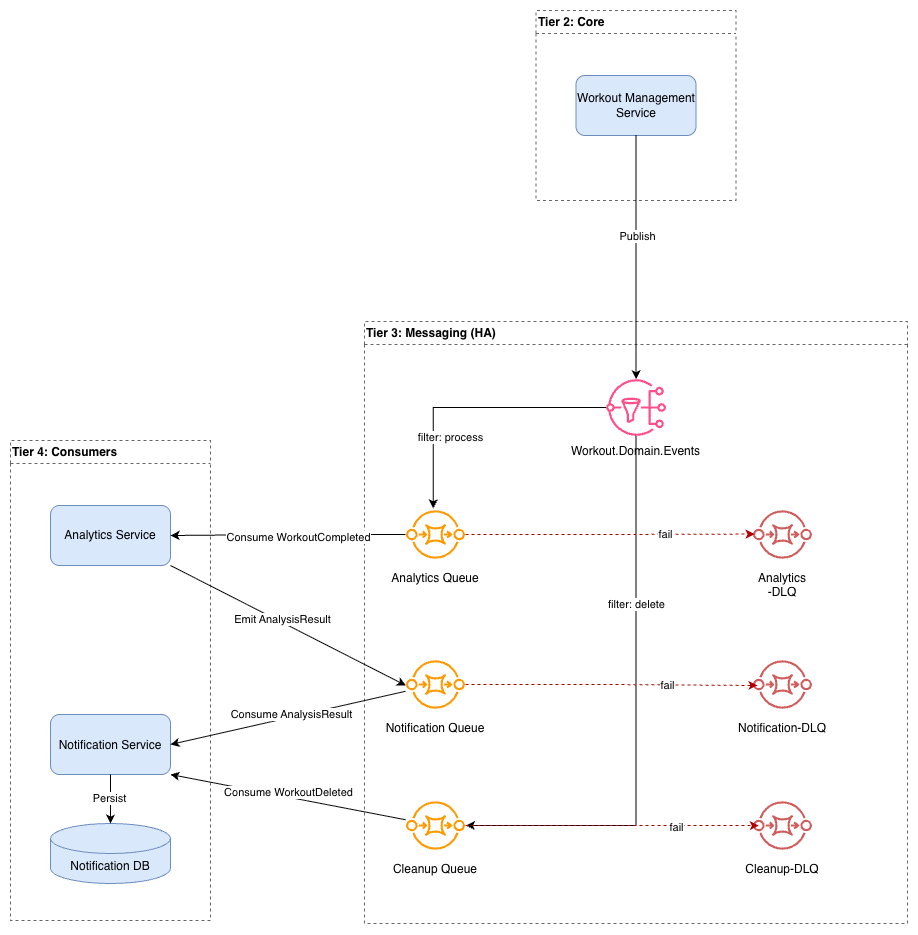
apratt3377/fitness-tracker-architecture-diagram keeps this draw.io diagram as docs/images/out/event-architecture.png. Above is the earlier version. Source tidied: cells renumbered, new cells last; positions are measured from the earlier drawing's top-left corner, leaving out a move shared by most shapes. Its diagram source:
```xml
<mxGraphModel>
  <root>
    <mxCell id="0" />
    <mxCell id="1" parent="0" />
    <mxCell id="2" value="Tier 3: Messaging (HA)" style="swimlane;whiteSpace=wrap;html=1;dashed=1;strokeColor=#666666;fillColor=none;align=left;" parent="1" vertex="1">
      <mxGeometry x="354" y="311" width="543" height="602" as="geometry" />
    </mxCell>
    <mxCell id="3" value="Workout.Domain.Events" style="shape=mxgraph.aws4.sns;fillColor=#FF4F8B;strokeColor=none;verticalLabelPosition=bottom;align=center;verticalAlign=top;" parent="2" vertex="1">
      <mxGeometry x="241.5" y="56" width="60" height="60" as="geometry" />
    </mxCell>
    <mxCell id="4" value="Analytics Queue" style="shape=mxgraph.aws4.sqs;fillColor=#FF9900;strokeColor=none;verticalLabelPosition=bottom;align=center;verticalAlign=top;" parent="2" vertex="1">
      <mxGeometry x="41" y="183" width="60" height="60" as="geometry" />
    </mxCell>
    <mxCell id="5" value="Cleanup Queue" style="shape=mxgraph.aws4.sqs;fillColor=#FF9900;strokeColor=none;verticalLabelPosition=bottom;align=center;verticalAlign=top;" parent="2" vertex="1">
      <mxGeometry x="41" y="474" width="60" height="60" as="geometry" />
    </mxCell>
    <mxCell id="6" value="Notification Queue" style="shape=mxgraph.aws4.sqs;fillColor=#FF9900;strokeColor=none;verticalLabelPosition=bottom;align=center;verticalAlign=top;" parent="2" vertex="1">
      <mxGeometry x="41" y="333" width="60" height="60" as="geometry" />
    </mxCell>
    <mxCell id="7" style="edgeStyle=orthogonalEdgeStyle;rounded=0;jettySize=auto;html=1;entryX=0.464;entryY=-0.041;entryDx=0;entryDy=0;entryPerimeter=0;" parent="2" edge="1" source="3" target="4">
      <mxGeometry relative="1" as="geometry" />
    </mxCell>
    <mxCell id="8" value="filter: process" style="edgeLabel;html=1;align=center;verticalAlign=middle;" parent="7" vertex="1">
      <mxGeometry x="0.15" relative="1" as="geometry">
        <mxPoint y="29" as="offset" />
      </mxGeometry>
    </mxCell>
    <mxCell id="9" style="edgeStyle=orthogonalEdgeStyle;rounded=0;jettySize=auto;html=1;entryX=1.007;entryY=0.5;entryDx=0;entryDy=0;entryPerimeter=0;" parent="2" edge="1" source="3" target="5">
      <mxGeometry relative="1" as="geometry">
        <Array as="points">
          <mxPoint x="272" y="504" />
        </Array>
      </mxGeometry>
    </mxCell>
    <mxCell id="10" value="filter: delete" style="edgeLabel;html=1;align=center;verticalAlign=middle;" parent="9" vertex="1">
      <mxGeometry x="-0.56" relative="1" as="geometry">
        <mxPoint y="44" as="offset" />
      </mxGeometry>
    </mxCell>
    <mxCell id="11" value="Analytics&#10;-DLQ" style="shape=mxgraph.aws4.sqs;fillColor=#D05C5C;strokeColor=none;verticalLabelPosition=bottom;align=center;verticalAlign=top;" parent="2" vertex="1">
      <mxGeometry x="388" y="183" width="60" height="60" as="geometry" />
    </mxCell>
    <mxCell id="12" value="Notification-DLQ" style="shape=mxgraph.aws4.sqs;fillColor=#D05C5C;strokeColor=none;verticalLabelPosition=bottom;align=center;verticalAlign=top;" parent="2" vertex="1">
      <mxGeometry x="388" y="333" width="60" height="60" as="geometry" />
    </mxCell>
    <mxCell id="13" value="Cleanup-DLQ" style="shape=mxgraph.aws4.sqs;fillColor=#D05C5C;strokeColor=none;verticalLabelPosition=bottom;align=center;verticalAlign=top;" parent="2" vertex="1">
      <mxGeometry x="388" y="474" width="60" height="60" as="geometry" />
    </mxCell>
    <mxCell id="14" style="edgeStyle=orthogonalEdgeStyle;rounded=0;jettySize=auto;html=1;entryX=0.081;entryY=0.521;entryDx=0;entryDy=0;entryPerimeter=0;fillColor=#e51400;strokeColor=#B20000;dashed=1;" parent="2" edge="1" source="6" target="12">
      <mxGeometry relative="1" as="geometry" />
    </mxCell>
    <mxCell id="15" value="fail" style="edgeLabel;html=1;align=center;verticalAlign=middle;" parent="14" vertex="1">
      <mxGeometry x="0.24" y="1" relative="1" as="geometry">
        <mxPoint x="20" as="offset" />
      </mxGeometry>
    </mxCell>
    <mxCell id="16" style="edgeStyle=orthogonalEdgeStyle;rounded=0;jettySize=auto;html=1;entryX=0.033;entryY=0.491;entryDx=0;entryDy=0;entryPerimeter=0;fillColor=#e51400;strokeColor=#B20000;dashed=1;" parent="2" edge="1" source="4" target="11">
      <mxGeometry relative="1" as="geometry" />
    </mxCell>
    <mxCell id="17" value="fail" style="edgeLabel;html=1;align=center;verticalAlign=middle;" parent="16" vertex="1">
      <mxGeometry x="0.38" relative="1" as="geometry" />
    </mxCell>
    <mxCell id="18" style="edgeStyle=orthogonalEdgeStyle;rounded=0;jettySize=auto;html=1;entryX=0.105;entryY=0.5;entryDx=0;entryDy=0;entryPerimeter=0;dashed=1;fillColor=#e51400;strokeColor=#B20000;" parent="2" edge="1" source="5" target="13">
      <mxGeometry relative="1" as="geometry" />
    </mxCell>
    <mxCell id="19" value="fail" style="edgeLabel;html=1;align=center;verticalAlign=middle;" parent="18" vertex="1">
      <mxGeometry x="0.43" y="-1" relative="1" as="geometry" />
    </mxCell>
    <mxCell id="20" value="Tier 2: Core" style="swimlane;whiteSpace=wrap;html=1;dashed=1;strokeColor=#666666;fillColor=none;align=left;" parent="1" vertex="1">
      <mxGeometry x="525.5" width="200" height="190" as="geometry" />
    </mxCell>
    <mxCell id="21" value="Workout Management Service" style="rounded=1;fillColor=#dae8fc;strokeColor=#6c8ebf;whiteSpace=wrap;" parent="20" vertex="1">
      <mxGeometry x="40" y="65" width="120" height="60" as="geometry" />
    </mxCell>
    <mxCell id="22" value="Tier 4: Consumers" style="swimlane;whiteSpace=wrap;html=1;dashed=1;strokeColor=#666666;fillColor=none;align=left;" parent="1" vertex="1">
      <mxGeometry y="430" width="200" height="480" as="geometry" />
    </mxCell>
    <mxCell id="23" value="Analytics Service" style="rounded=1;fillColor=#dae8fc;strokeColor=#6c8ebf;whiteSpace=wrap;" parent="22" vertex="1">
      <mxGeometry x="40" y="65" width="120" height="60" as="geometry" />
    </mxCell>
    <mxCell id="24" value="Notification Service" style="rounded=1;fillColor=#DAE8FC;strokeColor=#6C8EBF;" parent="22" vertex="1">
      <mxGeometry x="40" y="274" width="120" height="60" as="geometry" />
    </mxCell>
    <mxCell id="25" value="Notification DB" style="shape=cylinder3;whiteSpace=wrap;html=1;boundedLbl=1;backgroundOutline=1;size=15;fillColor=#DAE8FC;strokeColor=#6C8EBF;" parent="22" vertex="1">
      <mxGeometry x="40" y="383" width="120" height="60" as="geometry" />
    </mxCell>
    <mxCell id="26" style="edgeStyle=orthogonalEdgeStyle;rounded=0;jettySize=auto;html=1;exitX=0.5;exitY=1;exitDx=0;exitDy=0;entryX=0.5;entryY=0;entryDx=0;entryDy=0;entryPerimeter=0;" parent="22" edge="1" source="24" target="25">
      <mxGeometry relative="1" as="geometry" />
    </mxCell>
    <mxCell id="27" value="Persist" style="edgeLabel;html=1;align=center;verticalAlign=middle;" parent="26" vertex="1">
      <mxGeometry x="-0.03" y="-2" relative="1" as="geometry" />
    </mxCell>
    <mxCell id="28" style="edgeStyle=orthogonalEdgeStyle;rounded=0;jettySize=auto;html=1;exitX=0.5;exitY=1;exitDx=0;exitDy=0;" parent="1" edge="1" source="21" target="3">
      <mxGeometry relative="1" as="geometry" />
    </mxCell>
    <mxCell id="29" value="Publish" style="edgeLabel;html=1;align=center;verticalAlign=middle;" parent="28" vertex="1">
      <mxGeometry x="-0.18" y="1" relative="1" as="geometry" />
    </mxCell>
    <mxCell id="30" style="edgeStyle=orthogonalEdgeStyle;rounded=0;jettySize=auto;html=1;entryX=1;entryY=0.5;entryDx=0;entryDy=0;" parent="1" edge="1" source="4" target="23">
      <mxGeometry relative="1" as="geometry" />
    </mxCell>
    <mxCell id="31" value="Consume WorkoutCompleted" style="edgeLabel;html=1;align=center;verticalAlign=middle;" parent="30" vertex="1">
      <mxGeometry x="-0.09" y="2" relative="1" as="geometry" />
    </mxCell>
    <mxCell id="32" style="rounded=0;jettySize=auto;html=1;exitX=1;exitY=1;exitDx=0;exitDy=0;entryX=0.007;entryY=0.521;entryDx=0;entryDy=0;entryPerimeter=0;" parent="1" edge="1" source="23" target="6">
      <mxGeometry relative="1" as="geometry" />
    </mxCell>
    <mxCell id="33" value="Emit AnalysisResult" style="edgeLabel;html=1;align=center;verticalAlign=middle;" parent="32" vertex="1">
      <mxGeometry x="-0.07" y="3" relative="1" as="geometry" />
    </mxCell>
    <mxCell id="34" style="rounded=0;jettySize=auto;html=1;entryX=1;entryY=0.5;entryDx=0;entryDy=0;" parent="1" edge="1" source="6" target="24">
      <mxGeometry relative="1" as="geometry" />
    </mxCell>
    <mxCell id="35" value="Consume AnalysisResult" style="edgeLabel;html=1;align=center;verticalAlign=middle;" parent="34" vertex="1">
      <mxGeometry x="-0.23" y="-3" relative="1" as="geometry">
        <mxPoint x="-23" y="5" as="offset" />
      </mxGeometry>
    </mxCell>
    <mxCell id="36" style="rounded=0;jettySize=auto;html=1;entryX=1;entryY=1;entryDx=0;entryDy=0;" parent="1" edge="1" source="5" target="24">
      <mxGeometry relative="1" as="geometry" />
    </mxCell>
    <mxCell id="37" value="Consume WorkoutDeleted" style="edgeLabel;html=1;align=center;verticalAlign=middle;" parent="36" vertex="1">
      <mxGeometry x="0.16" y="-1" relative="1" as="geometry">
        <mxPoint x="19" y="-1" as="offset" />
      </mxGeometry>
    </mxCell>
  </root>
</mxGraphModel>
```
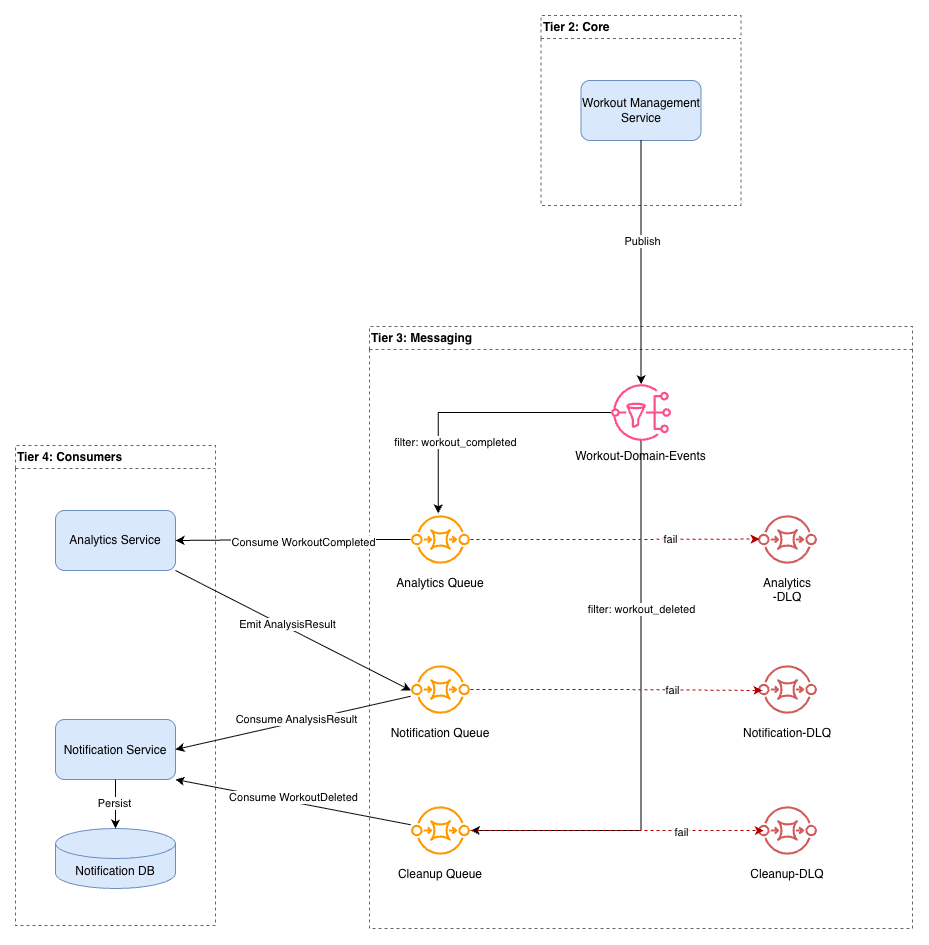
The same diagram one commit later.

The edit, as a diff of the source:
```diff
@@ -2,10 +2,10 @@
   <root>
     <mxCell id="0" />
     <mxCell id="1" parent="0" />
-    <mxCell id="2" value="Tier 3: Messaging (HA)" style="swimlane;whiteSpace=wrap;html=1;dashed=1;strokeColor=#666666;fillColor=none;align=left;" parent="1" vertex="1">
+    <mxCell id="2" value="Tier 3: Messaging" style="swimlane;whiteSpace=wrap;html=1;dashed=1;strokeColor=#666666;fillColor=none;align=left;" parent="1" vertex="1">
       <mxGeometry x="354" y="311" width="543" height="602" as="geometry" />
     </mxCell>
-    <mxCell id="3" value="Workout.Domain.Events" style="shape=mxgraph.aws4.sns;fillColor=#FF4F8B;strokeColor=none;verticalLabelPosition=bottom;align=center;verticalAlign=top;" parent="2" vertex="1">
+    <mxCell id="3" value="Workout-Domain-Events" style="shape=mxgraph.aws4.sns;fillColor=#FF4F8B;strokeColor=none;verticalLabelPosition=bottom;align=center;verticalAlign=top;" parent="2" vertex="1">
       <mxGeometry x="241.5" y="56" width="60" height="60" as="geometry" />
     </mxCell>
     <mxCell id="4" value="Analytics Queue" style="shape=mxgraph.aws4.sqs;fillColor=#FF9900;strokeColor=none;verticalLabelPosition=bottom;align=center;verticalAlign=top;" parent="2" vertex="1">
@@ -20,7 +20,7 @@
     <mxCell id="7" style="edgeStyle=orthogonalEdgeStyle;rounded=0;jettySize=auto;html=1;entryX=0.464;entryY=-0.041;entryDx=0;entryDy=0;entryPerimeter=0;" parent="2" edge="1" source="3" target="4">
       <mxGeometry relative="1" as="geometry" />
     </mxCell>
-    <mxCell id="8" value="filter: process" style="edgeLabel;html=1;align=center;verticalAlign=middle;" parent="7" vertex="1">
+    <mxCell id="8" value="filter: workout_completed" style="edgeLabel;html=1;align=center;verticalAlign=middle;" parent="7" vertex="1">
       <mxGeometry x="0.15" relative="1" as="geometry">
         <mxPoint y="29" as="offset" />
       </mxGeometry>
@@ -32,7 +32,7 @@
         </Array>
       </mxGeometry>
     </mxCell>
-    <mxCell id="10" value="filter: delete" style="edgeLabel;html=1;align=center;verticalAlign=middle;" parent="9" vertex="1">
+    <mxCell id="10" value="filter: workout_deleted" style="edgeLabel;html=1;align=center;verticalAlign=middle;" parent="9" vertex="1">
       <mxGeometry x="-0.56" relative="1" as="geometry">
         <mxPoint y="44" as="offset" />
       </mxGeometry>
```
